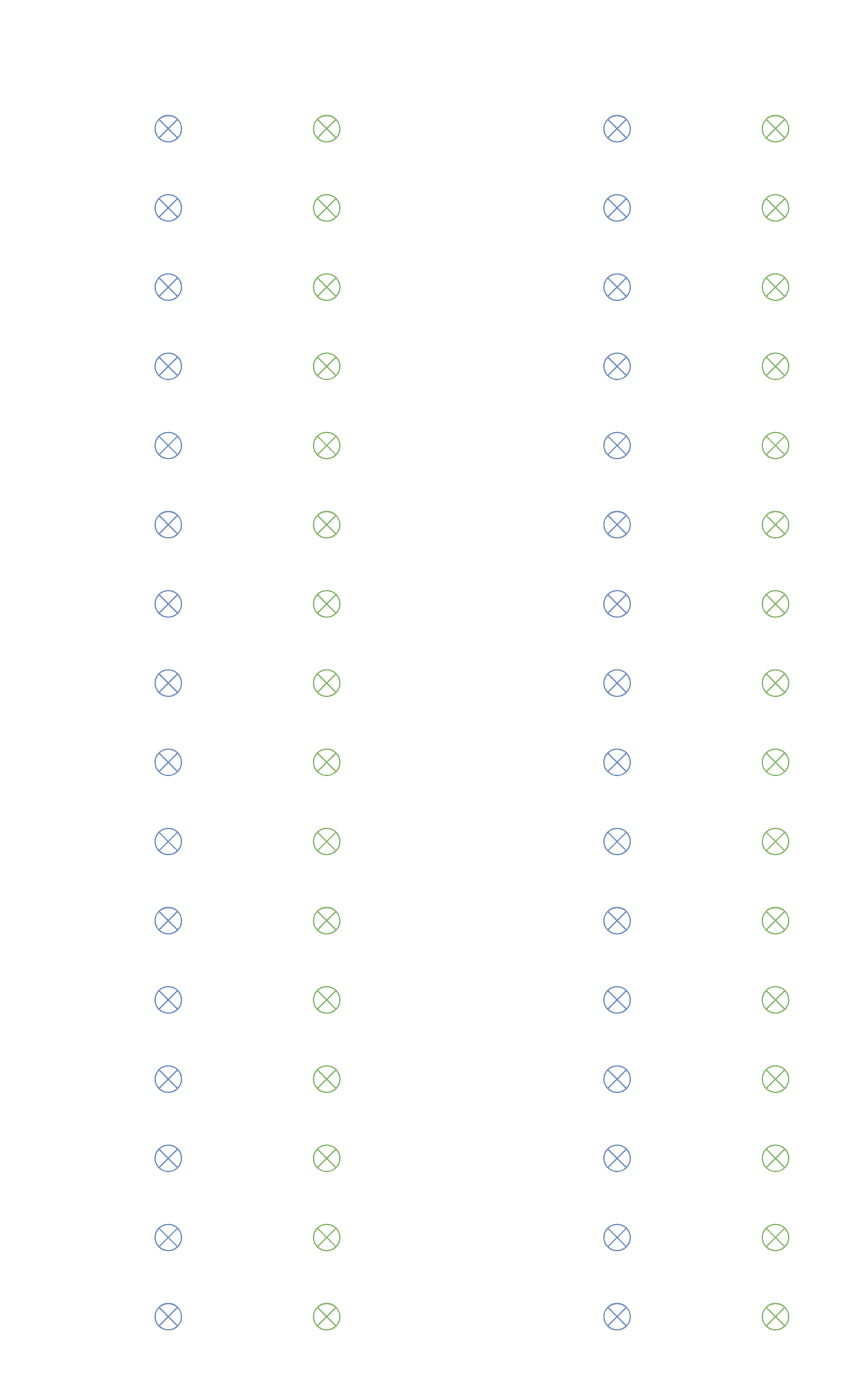
Earlier version of the draw.io diagram Diagramme sans nom.drawio (lepelletieralexandre/PA). Source tidied: cells renumbered, new cells numbered last; positions are measured from the earlier drawing's top-left corner, leaving out a move shared by most shapes. Both pictures are drawn from the tidied source at 132%, with x=0, y=0 at pixel (154, 115).
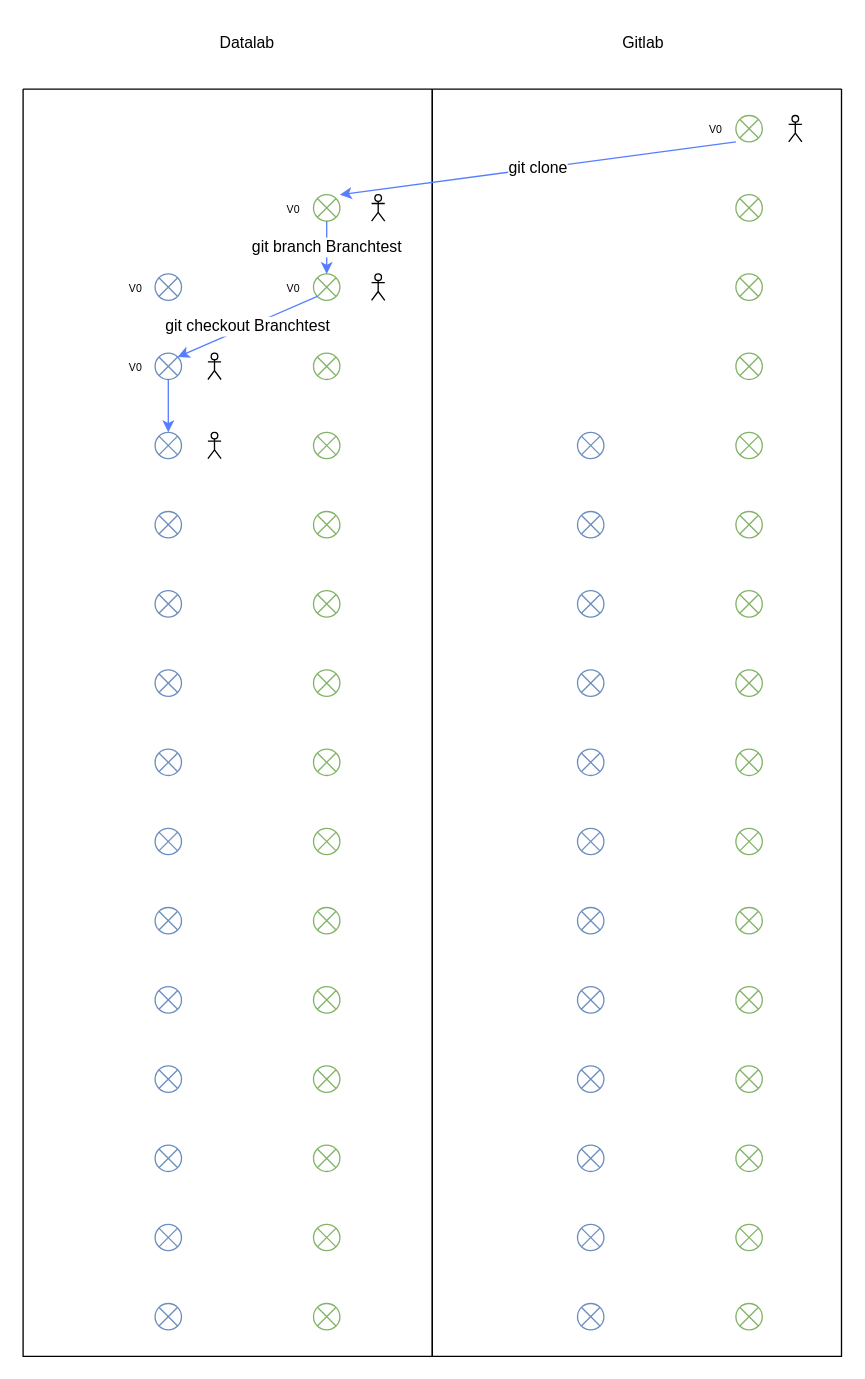
The same diagram, later.

Commit message (it also covers changes not shown here):
Mettre à jour Diagramme sans nom.drawio

The change refers to these unchanged cells:
```xml
<mxCell id="19" style="shape=sumEllipse;perimeter=ellipsePerimeter;whiteSpace=wrap;html=1;backgroundOutline=1;fillColor=none;strokeColor=#82b366;" parent="1" vertex="1">
  <mxGeometry x="120" y="120" width="20" height="20" as="geometry" />
</mxCell>
<mxCell id="20" style="shape=sumEllipse;perimeter=ellipsePerimeter;whiteSpace=wrap;html=1;backgroundOutline=1;fillColor=none;strokeColor=#82b366;" parent="1" vertex="1">
  <mxGeometry x="120" y="60" width="20" height="20" as="geometry" />
</mxCell>
<mxCell id="53" style="shape=sumEllipse;perimeter=ellipsePerimeter;whiteSpace=wrap;html=1;backgroundOutline=1;fillColor=none;strokeColor=#6c8ebf;" parent="1" vertex="1">
  <mxGeometry y="180" width="20" height="20" as="geometry" />
</mxCell>
<mxCell id="57" style="shape=sumEllipse;perimeter=ellipsePerimeter;whiteSpace=wrap;html=1;backgroundOutline=1;fillColor=none;strokeColor=#6c8ebf;" parent="1" vertex="1">
  <mxGeometry y="240" width="20" height="20" as="geometry" />
</mxCell>
```

The edit, as a diff of the source:
```diff
@@
     <mxCell id="2" style="shape=sumEllipse;perimeter=ellipsePerimeter;whiteSpace=wrap;html=1;backgroundOutline=1;fillColor=none;strokeColor=#82b366;" parent="1" vertex="1">
-      <mxGeometry x="460" width="20" height="20" as="geometry" />
+      <mxGeometry x="440" width="20" height="20" as="geometry" />
     </mxCell>
     <mxCell id="3" style="shape=sumEllipse;perimeter=ellipsePerimeter;whiteSpace=wrap;html=1;backgroundOutline=1;fillColor=none;strokeColor=#82b366;" parent="1" vertex="1">
-      <mxGeometry x="460" y="120" width="20" height="20" as="geometry" />
+      <mxGeometry x="440" y="120" width="20" height="20" as="geometry" />
     </mxCell>
     <mxCell id="4" style="shape=sumEllipse;perimeter=ellipsePerimeter;whiteSpace=wrap;html=1;backgroundOutline=1;fillColor=none;strokeColor=#82b366;" parent="1" vertex="1">
-      <mxGeometry x="460" y="60" width="20" height="20" as="geometry" />
+      <mxGeometry x="440" y="60" width="20" height="20" as="geometry" />
     </mxCell>
     <mxCell id="5" style="shape=sumEllipse;perimeter=ellipsePerimeter;whiteSpace=wrap;html=1;backgroundOutline=1;fillColor=none;strokeColor=#82b366;" parent="1" vertex="1">
-      <mxGeometry x="460" y="180" width="20" height="20" as="geometry" />
+      <mxGeometry x="440" y="180" width="20" height="20" as="geometry" />
     </mxCell>
     <mxCell id="6" style="shape=sumEllipse;perimeter=ellipsePerimeter;whiteSpace=wrap;html=1;backgroundOutline=1;fillColor=none;strokeColor=#82b366;" parent="1" vertex="1">
-      <mxGeometry x="460" y="420" width="20" height="20" as="geometry" />
+      <mxGeometry x="440" y="420" width="20" height="20" as="geometry" />
     </mxCell>
     <mxCell id="7" style="shape=sumEllipse;perimeter=ellipsePerimeter;whiteSpace=wrap;html=1;backgroundOutline=1;fillColor=none;strokeColor=#82b366;" parent="1" vertex="1">
-      <mxGeometry x="460" y="360" width="20" height="20" as="geometry" />
+      <mxGeometry x="440" y="360" width="20" height="20" as="geometry" />
     </mxCell>
     <mxCell id="8" style="shape=sumEllipse;perimeter=ellipsePerimeter;whiteSpace=wrap;html=1;backgroundOutline=1;fillColor=none;strokeColor=#82b366;" parent="1" vertex="1">
-      <mxGeometry x="460" y="300" width="20" height="20" as="geometry" />
+      <mxGeometry x="440" y="300" width="20" height="20" as="geometry" />
     </mxCell>
     <mxCell id="9" style="shape=sumEllipse;perimeter=ellipsePerimeter;whiteSpace=wrap;html=1;backgroundOutline=1;fillColor=none;strokeColor=#82b366;" parent="1" vertex="1">
-      <mxGeometry x="460" y="240" width="20" height="20" as="geometry" />
+      <mxGeometry x="440" y="240" width="20" height="20" as="geometry" />
     </mxCell>
     <mxCell id="10" style="shape=sumEllipse;perimeter=ellipsePerimeter;whiteSpace=wrap;html=1;backgroundOutline=1;fillColor=none;strokeColor=#82b366;" parent="1" vertex="1">
-      <mxGeometry x="460" y="780" width="20" height="20" as="geometry" />
+      <mxGeometry x="440" y="780" width="20" height="20" as="geometry" />
     </mxCell>
     <mxCell id="11" style="shape=sumEllipse;perimeter=ellipsePerimeter;whiteSpace=wrap;html=1;backgroundOutline=1;fillColor=none;strokeColor=#82b366;" parent="1" vertex="1">
-      <mxGeometry x="460" y="660" width="20" height="20" as="geometry" />
+      <mxGeometry x="440" y="660" width="20" height="20" as="geometry" />
     </mxCell>
     <mxCell id="12" style="shape=sumEllipse;perimeter=ellipsePerimeter;whiteSpace=wrap;html=1;backgroundOutline=1;fillColor=none;strokeColor=#82b366;" parent="1" vertex="1">
-      <mxGeometry x="460" y="600" width="20" height="20" as="geometry" />
+      <mxGeometry x="440" y="600" width="20" height="20" as="geometry" />
     </mxCell>
     <mxCell id="13" style="shape=sumEllipse;perimeter=ellipsePerimeter;whiteSpace=wrap;html=1;backgroundOutline=1;fillColor=none;strokeColor=#82b366;" parent="1" vertex="1">
-      <mxGeometry x="460" y="540" width="20" height="20" as="geometry" />
+      <mxGeometry x="440" y="540" width="20" height="20" as="geometry" />
     </mxCell>
     <mxCell id="14" style="shape=sumEllipse;perimeter=ellipsePerimeter;whiteSpace=wrap;html=1;backgroundOutline=1;fillColor=none;strokeColor=#82b366;" parent="1" vertex="1">
-      <mxGeometry x="460" y="720" width="20" height="20" as="geometry" />
+      <mxGeometry x="440" y="720" width="20" height="20" as="geometry" />
     </mxCell>
     <mxCell id="15" style="shape=sumEllipse;perimeter=ellipsePerimeter;whiteSpace=wrap;html=1;backgroundOutline=1;fillColor=none;strokeColor=#82b366;" parent="1" vertex="1">
-      <mxGeometry x="460" y="840" width="20" height="20" as="geometry" />
+      <mxGeometry x="440" y="840" width="20" height="20" as="geometry" />
     </mxCell>
     <mxCell id="16" style="shape=sumEllipse;perimeter=ellipsePerimeter;whiteSpace=wrap;html=1;backgroundOutline=1;fillColor=none;strokeColor=#82b366;" parent="1" vertex="1">
-      <mxGeometry x="460" y="900" width="20" height="20" as="geometry" />
+      <mxGeometry x="440" y="900" width="20" height="20" as="geometry" />
     </mxCell>
     <mxCell id="17" style="shape=sumEllipse;perimeter=ellipsePerimeter;whiteSpace=wrap;html=1;backgroundOutline=1;fillColor=none;strokeColor=#82b366;" parent="1" vertex="1">
-      <mxGeometry x="460" y="480" width="20" height="20" as="geometry" />
+      <mxGeometry x="440" y="480" width="20" height="20" as="geometry" />
     </mxCell>
-    <mxCell id="18" style="shape=sumEllipse;perimeter=ellipsePerimeter;whiteSpace=wrap;html=1;backgroundOutline=1;fillColor=none;strokeColor=#82b366;" parent="1" vertex="1">
-      <mxGeometry x="120" width="20" height="20" as="geometry" />
-    </mxCell>
@@
-    <mxCell id="34" style="shape=sumEllipse;perimeter=ellipsePerimeter;whiteSpace=wrap;html=1;backgroundOutline=1;fillColor=none;strokeColor=#6c8ebf;" parent="1" vertex="1">
-      <mxGeometry x="340" width="20" height="20" as="geometry" />
-    </mxCell>
-    <mxCell id="35" style="shape=sumEllipse;perimeter=ellipsePerimeter;whiteSpace=wrap;html=1;backgroundOutline=1;fillColor=none;strokeColor=#6c8ebf;" parent="1" vertex="1">
-      <mxGeometry x="340" y="120" width="20" height="20" as="geometry" />
-    </mxCell>
-    <mxCell id="36" style="shape=sumEllipse;perimeter=ellipsePerimeter;whiteSpace=wrap;html=1;backgroundOutline=1;fillColor=none;strokeColor=#6c8ebf;" parent="1" vertex="1">
-      <mxGeometry x="340" y="60" width="20" height="20" as="geometry" />
-    </mxCell>
-    <mxCell id="37" style="shape=sumEllipse;perimeter=ellipsePerimeter;whiteSpace=wrap;html=1;backgroundOutline=1;fillColor=none;strokeColor=#6c8ebf;" parent="1" vertex="1">
-      <mxGeometry x="340" y="180" width="20" height="20" as="geometry" />
-    </mxCell>
     <mxCell id="38" style="shape=sumEllipse;perimeter=ellipsePerimeter;whiteSpace=wrap;html=1;backgroundOutline=1;fillColor=none;strokeColor=#6c8ebf;" parent="1" vertex="1">
-      <mxGeometry x="340" y="420" width="20" height="20" as="geometry" />
+      <mxGeometry x="320" y="420" width="20" height="20" as="geometry" />
     </mxCell>
     <mxCell id="39" style="shape=sumEllipse;perimeter=ellipsePerimeter;whiteSpace=wrap;html=1;backgroundOutline=1;fillColor=none;strokeColor=#6c8ebf;" parent="1" vertex="1">
-      <mxGeometry x="340" y="360" width="20" height="20" as="geometry" />
+      <mxGeometry x="320" y="360" width="20" height="20" as="geometry" />
     </mxCell>
     <mxCell id="40" style="shape=sumEllipse;perimeter=ellipsePerimeter;whiteSpace=wrap;html=1;backgroundOutline=1;fillColor=none;strokeColor=#6c8ebf;" parent="1" vertex="1">
-      <mxGeometry x="340" y="300" width="20" height="20" as="geometry" />
+      <mxGeometry x="320" y="300" width="20" height="20" as="geometry" />
     </mxCell>
     <mxCell id="41" style="shape=sumEllipse;perimeter=ellipsePerimeter;whiteSpace=wrap;html=1;backgroundOutline=1;fillColor=none;strokeColor=#6c8ebf;" parent="1" vertex="1">
-      <mxGeometry x="340" y="240" width="20" height="20" as="geometry" />
+      <mxGeometry x="320" y="240" width="20" height="20" as="geometry" />
     </mxCell>
     <mxCell id="42" style="shape=sumEllipse;perimeter=ellipsePerimeter;whiteSpace=wrap;html=1;backgroundOutline=1;fillColor=none;strokeColor=#6c8ebf;" parent="1" vertex="1">
-      <mxGeometry x="340" y="780" width="20" height="20" as="geometry" />
+      <mxGeometry x="320" y="780" width="20" height="20" as="geometry" />
     </mxCell>
     <mxCell id="43" style="shape=sumEllipse;perimeter=ellipsePerimeter;whiteSpace=wrap;html=1;backgroundOutline=1;fillColor=none;strokeColor=#6c8ebf;" parent="1" vertex="1">
-      <mxGeometry x="340" y="660" width="20" height="20" as="geometry" />
+      <mxGeometry x="320" y="660" width="20" height="20" as="geometry" />
     </mxCell>
     <mxCell id="44" style="shape=sumEllipse;perimeter=ellipsePerimeter;whiteSpace=wrap;html=1;backgroundOutline=1;fillColor=none;strokeColor=#6c8ebf;" parent="1" vertex="1">
-      <mxGeometry x="340" y="600" width="20" height="20" as="geometry" />
+      <mxGeometry x="320" y="600" width="20" height="20" as="geometry" />
     </mxCell>
     <mxCell id="45" style="shape=sumEllipse;perimeter=ellipsePerimeter;whiteSpace=wrap;html=1;backgroundOutline=1;fillColor=none;strokeColor=#6c8ebf;" parent="1" vertex="1">
-      <mxGeometry x="340" y="540" width="20" height="20" as="geometry" />
+      <mxGeometry x="320" y="540" width="20" height="20" as="geometry" />
     </mxCell>
     <mxCell id="46" style="shape=sumEllipse;perimeter=ellipsePerimeter;whiteSpace=wrap;html=1;backgroundOutline=1;fillColor=none;strokeColor=#6c8ebf;" parent="1" vertex="1">
-      <mxGeometry x="340" y="720" width="20" height="20" as="geometry" />
+      <mxGeometry x="320" y="720" width="20" height="20" as="geometry" />
     </mxCell>
     <mxCell id="47" style="shape=sumEllipse;perimeter=ellipsePerimeter;whiteSpace=wrap;html=1;backgroundOutline=1;fillColor=none;strokeColor=#6c8ebf;" parent="1" vertex="1">
-      <mxGeometry x="340" y="840" width="20" height="20" as="geometry" />
+      <mxGeometry x="320" y="840" width="20" height="20" as="geometry" />
     </mxCell>
     <mxCell id="48" style="shape=sumEllipse;perimeter=ellipsePerimeter;whiteSpace=wrap;html=1;backgroundOutline=1;fillColor=none;strokeColor=#6c8ebf;" parent="1" vertex="1">
-      <mxGeometry x="340" y="900" width="20" height="20" as="geometry" />
+      <mxGeometry x="320" y="900" width="20" height="20" as="geometry" />
     </mxCell>
     <mxCell id="49" style="shape=sumEllipse;perimeter=ellipsePerimeter;whiteSpace=wrap;html=1;backgroundOutline=1;fillColor=none;strokeColor=#6c8ebf;" parent="1" vertex="1">
-      <mxGeometry x="340" y="480" width="20" height="20" as="geometry" />
+      <mxGeometry x="320" y="480" width="20" height="20" as="geometry" />
     </mxCell>
-    <mxCell id="50" style="shape=sumEllipse;perimeter=ellipsePerimeter;whiteSpace=wrap;html=1;backgroundOutline=1;fillColor=none;strokeColor=#6c8ebf;" parent="1" vertex="1">
-      <mxGeometry width="20" height="20" as="geometry" />
-    </mxCell>
@@
-    <mxCell id="52" style="shape=sumEllipse;perimeter=ellipsePerimeter;whiteSpace=wrap;html=1;backgroundOutline=1;fillColor=none;strokeColor=#6c8ebf;" parent="1" vertex="1">
-      <mxGeometry y="60" width="20" height="20" as="geometry" />
-    </mxCell>
@@
+    <mxCell id="66" style="swimlane;startSize=0;fillColor=none;" parent="1" vertex="1">
+      <mxGeometry x="-100" y="-20" width="310" height="960" as="geometry" />
+    </mxCell>
+    <mxCell id="67" value="&lt;font style=&quot;font-size: 8px;&quot;&gt;V0&lt;/font&gt;" style="text;html=1;strokeColor=none;fillColor=none;align=center;verticalAlign=middle;whiteSpace=wrap;rounded=0;" parent="66" vertex="1">
+      <mxGeometry x="200" y="85" width="10" height="10" as="geometry" />
+    </mxCell>
+    <mxCell id="68" value="&lt;font style=&quot;font-size: 8px;&quot;&gt;V0&lt;/font&gt;" style="text;html=1;strokeColor=none;fillColor=none;align=center;verticalAlign=middle;rounded=0;spacing=1;" parent="66" vertex="1">
+      <mxGeometry x="80" y="145" width="10" height="10" as="geometry" />
+    </mxCell>
+    <mxCell id="69" style="shape=umlActor;verticalLabelPosition=bottom;verticalAlign=top;html=1;fontSize=12;fillColor=none;" parent="66" vertex="1">
+      <mxGeometry x="264" y="80" width="10" height="20" as="geometry" />
+    </mxCell>
+    <mxCell id="70" value="&lt;font style=&quot;font-size: 8px;&quot;&gt;V0&lt;/font&gt;" style="text;html=1;strokeColor=none;fillColor=none;align=center;verticalAlign=middle;whiteSpace=wrap;rounded=0;" parent="66" vertex="1">
+      <mxGeometry x="200" y="145" width="10" height="10" as="geometry" />
+    </mxCell>
+    <mxCell id="71" style="shape=umlActor;verticalLabelPosition=bottom;verticalAlign=top;html=1;fontSize=12;fillColor=none;" parent="66" vertex="1">
+      <mxGeometry x="264" y="140" width="10" height="20" as="geometry" />
+    </mxCell>
+    <mxCell id="72" value="&lt;font style=&quot;font-size: 8px;&quot;&gt;V0&lt;/font&gt;" style="text;html=1;strokeColor=none;fillColor=none;align=center;verticalAlign=middle;rounded=0;spacing=1;" parent="66" vertex="1">
+      <mxGeometry x="80" y="205" width="10" height="10" as="geometry" />
+    </mxCell>
+    <mxCell id="73" style="shape=umlActor;verticalLabelPosition=bottom;verticalAlign=top;html=1;fontSize=12;fillColor=none;" parent="66" vertex="1">
+      <mxGeometry x="140" y="200" width="10" height="20" as="geometry" />
+    </mxCell>
+    <mxCell id="74" style="shape=umlActor;verticalLabelPosition=bottom;verticalAlign=top;html=1;fontSize=12;fillColor=none;" parent="66" vertex="1">
+      <mxGeometry x="140" y="260" width="10" height="20" as="geometry" />
+    </mxCell>
+    <mxCell id="75" style="swimlane;startSize=0;fillColor=none;" parent="1" vertex="1">
+      <mxGeometry x="210" y="-20" width="310" height="960" as="geometry" />
+    </mxCell>
+    <mxCell id="76" value="&lt;font style=&quot;font-size: 8px;&quot;&gt;V0&lt;/font&gt;" style="text;html=1;strokeColor=none;fillColor=none;align=center;verticalAlign=middle;whiteSpace=wrap;rounded=0;" parent="75" vertex="1">
+      <mxGeometry x="210" y="25" width="10" height="10" as="geometry" />
+    </mxCell>
+    <mxCell id="77" style="shape=umlActor;verticalLabelPosition=bottom;verticalAlign=top;html=1;fontSize=12;fillColor=none;" parent="75" vertex="1">
+      <mxGeometry x="270" y="20" width="10" height="20" as="geometry" />
+    </mxCell>
+    <mxCell id="78" value="Datalab" style="text;html=1;strokeColor=none;fillColor=none;align=center;verticalAlign=middle;whiteSpace=wrap;rounded=0;" parent="1" vertex="1">
+      <mxGeometry x="-20" y="-70" width="180" height="30" as="geometry" />
+    </mxCell>
+    <mxCell id="79" value="Gitlab" style="text;html=1;strokeColor=none;fillColor=none;align=center;verticalAlign=middle;whiteSpace=wrap;rounded=0;" parent="1" vertex="1">
+      <mxGeometry x="310" y="-70" width="120" height="30" as="geometry" />
+    </mxCell>
+    <mxCell id="80" value="&lt;font style=&quot;font-size: 12px;&quot;&gt;git clone&lt;/font&gt;" style="endArrow=classic;html=1;rounded=0;fontSize=8;fillColor=#dae8fc;strokeColor=#577EFF;" parent="1" edge="1">
+      <mxGeometry relative="1" as="geometry">
+        <mxPoint x="440" y="20" as="sourcePoint" />
+        <mxPoint x="140" y="60" as="targetPoint" />
+        <Array as="points">
+          <mxPoint x="290" y="40" />
+        </Array>
+      </mxGeometry>
+    </mxCell>
+    <mxCell id="81" value="&lt;font style=&quot;font-size: 12px;&quot;&gt;git branch Branchtest&lt;/font&gt;" style="endArrow=classic;html=1;rounded=0;fontSize=8;exitX=0.5;exitY=1;exitDx=0;exitDy=0;entryX=0.5;entryY=0;entryDx=0;entryDy=0;fillColor=#dae8fc;strokeColor=#577EFF;" parent="1" edge="1" source="20" target="19">
+      <mxGeometry relative="1" as="geometry" />
+    </mxCell>
+    <mxCell id="82" value="&lt;font style=&quot;font-size: 12px;&quot;&gt;git checkout Branchtest&lt;/font&gt;" style="endArrow=classic;html=1;rounded=0;fontSize=8;exitX=0;exitY=1;exitDx=0;exitDy=0;entryX=1;entryY=0;entryDx=0;entryDy=0;fillColor=#dae8fc;strokeColor=#577EFF;" parent="1" edge="1" source="19" target="53">
+      <mxGeometry relative="1" as="geometry" />
+    </mxCell>
+    <mxCell id="83" style="endArrow=classic;html=1;rounded=0;fontSize=8;fillColor=#dae8fc;strokeColor=#577EFF;exitX=0.5;exitY=1;exitDx=0;exitDy=0;entryX=0.5;entryY=0;entryDx=0;entryDy=0;" parent="1" edge="1" source="53" target="57">
+      <mxGeometry relative="1" as="geometry" />
+    </mxCell>
```
